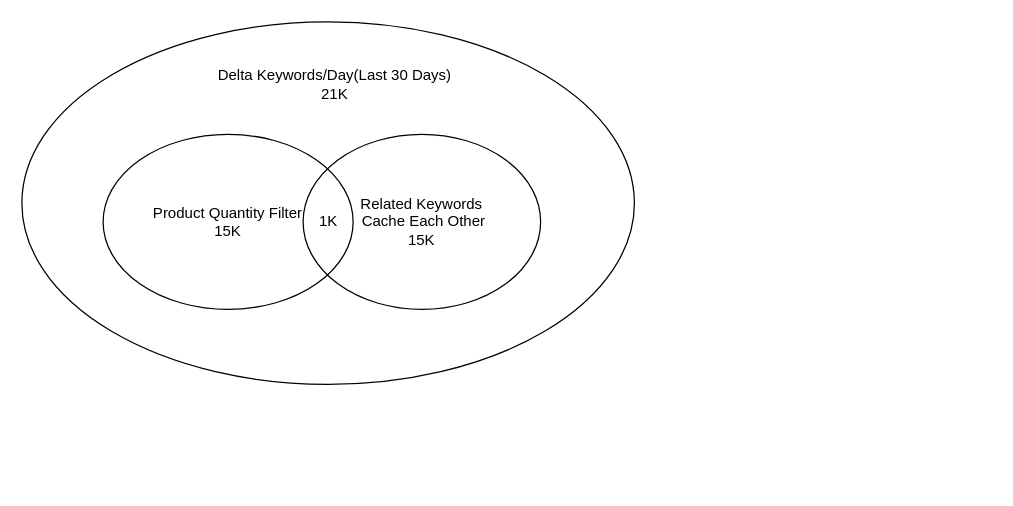
Above: drawio/semrush.drawio in VisableHarry/seo-drawio (draw.io), before the change. Source tidied: cells renumbered, new cells numbered last; positions are measured from the earlier drawing's top-left corner, leaving out a move shared by most shapes. Both pictures are drawn from the tidied source at 125%, with x=0, y=0 at pixel (21, 21).
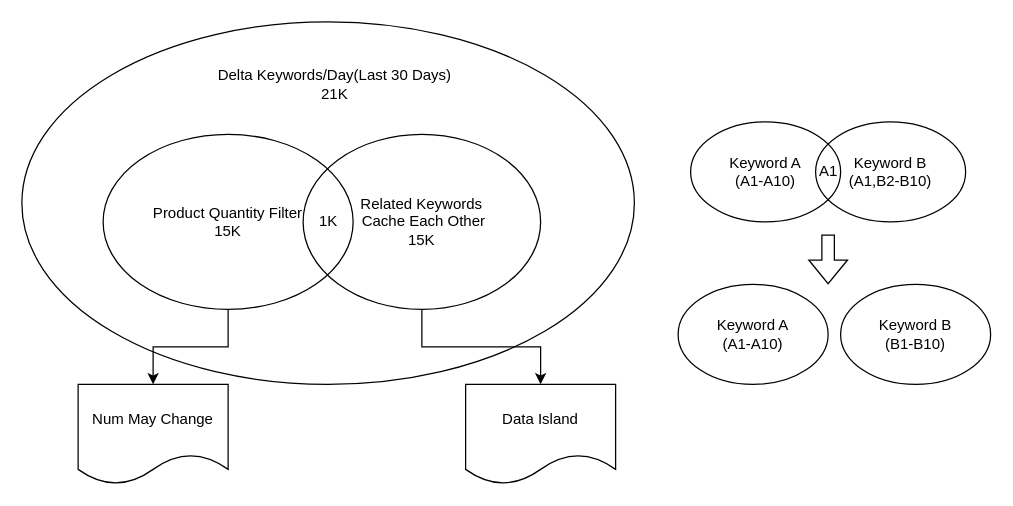
The same diagram, later.

What changed in the source:
```diff
@@
 <mxGraphModel>
   <root>
     <mxCell id="0" />
     <mxCell id="1" parent="0" />
     <mxCell id="2" style="ellipse;whiteSpace=wrap;html=1;fillColor=none;" parent="1" vertex="1">
       <mxGeometry width="490" height="290" as="geometry" />
     </mxCell>
+    <mxCell id="7" style="edgeStyle=orthogonalEdgeStyle;rounded=0;jettySize=auto;html=1;exitX=0.5;exitY=1;exitDx=0;exitDy=0;entryX=0.5;entryY=0;entryDx=0;entryDy=0;" parent="1" edge="1" source="3" target="9">
+      <mxGeometry relative="1" as="geometry" />
+    </mxCell>
     <mxCell id="3" value="&lt;div&gt;Product Quantity Filter&lt;/div&gt;15K" style="ellipse;whiteSpace=wrap;html=1;fillColor=none;" parent="1" vertex="1">
       <mxGeometry x="65" y="90" width="200" height="140" as="geometry" />
     </mxCell>
+    <mxCell id="8" style="edgeStyle=orthogonalEdgeStyle;rounded=0;jettySize=auto;html=1;exitX=0.5;exitY=1;exitDx=0;exitDy=0;" parent="1" edge="1" source="4" target="10">
+      <mxGeometry relative="1" as="geometry" />
+    </mxCell>
     <mxCell id="4" value="&lt;div&gt;Related Keywords&lt;/div&gt;&lt;div&gt;&amp;nbsp;Cache Each Other&lt;/div&gt;15K" style="ellipse;whiteSpace=wrap;html=1;fillColor=none;" parent="1" vertex="1">
       <mxGeometry x="225" y="90" width="190" height="140" as="geometry" />
     </mxCell>
     <mxCell id="5" value="1K" style="text;html=1;align=center;verticalAlign=middle;strokeColor=none;fillColor=none;" parent="1" vertex="1">
       <mxGeometry x="225" y="145" width="40" height="30" as="geometry" />
     </mxCell>
     <mxCell id="6" value="Delta Keywords/Day(Last 30 Days&lt;span style=&quot;background-color: initial;&quot;&gt;)&lt;/span&gt;&lt;div&gt;&lt;span style=&quot;background-color: initial;&quot;&gt;21K&lt;/span&gt;&lt;/div&gt;" style="text;html=1;align=center;verticalAlign=middle;strokeColor=none;fillColor=none;" parent="1" vertex="1">
       <mxGeometry x="145" y="30" width="210" height="40" as="geometry" />
     </mxCell>
+    <mxCell id="9" value="Num May Change" style="shape=document;whiteSpace=wrap;html=1;boundedLbl=1;" parent="1" vertex="1">
+      <mxGeometry x="45" y="290" width="120" height="80" as="geometry" />
+    </mxCell>
+    <mxCell id="10" value="Data Island" style="shape=document;whiteSpace=wrap;html=1;boundedLbl=1;" parent="1" vertex="1">
+      <mxGeometry x="355" y="290" width="120" height="80" as="geometry" />
+    </mxCell>
+    <mxCell id="11" value="Keyword A&lt;div&gt;(A1-A10)&lt;/div&gt;" style="ellipse;whiteSpace=wrap;html=1;fillColor=none;" parent="1" vertex="1">
+      <mxGeometry x="535" y="80" width="120" height="80" as="geometry" />
+    </mxCell>
+    <mxCell id="12" value="Keyword B&lt;div&gt;(A1,B2-B10)&lt;/div&gt;" style="ellipse;whiteSpace=wrap;html=1;fillColor=none;" parent="1" vertex="1">
+      <mxGeometry x="635" y="80" width="120" height="80" as="geometry" />
+    </mxCell>
+    <mxCell id="13" value="A1" style="text;html=1;align=center;verticalAlign=middle;strokeColor=none;fillColor=none;" parent="1" vertex="1">
+      <mxGeometry x="625" y="105" width="40" height="30" as="geometry" />
+    </mxCell>
+    <mxCell id="14" value="Keyword A&lt;div&gt;(A1-A10)&lt;/div&gt;" style="ellipse;whiteSpace=wrap;html=1;fillColor=none;" parent="1" vertex="1">
+      <mxGeometry x="525" y="210" width="120" height="80" as="geometry" />
+    </mxCell>
+    <mxCell id="15" value="Keyword B&lt;div&gt;(B1-B10)&lt;/div&gt;" style="ellipse;whiteSpace=wrap;html=1;fillColor=none;" parent="1" vertex="1">
+      <mxGeometry x="655" y="210" width="120" height="80" as="geometry" />
+    </mxCell>
+    <mxCell id="16" style="shape=flexArrow;endArrow=classic;html=1;rounded=0;" parent="1" edge="1">
+      <mxGeometry relative="1" as="geometry">
+        <mxPoint x="645" y="170" as="sourcePoint" />
+        <mxPoint x="645" y="210" as="targetPoint" />
+      </mxGeometry>
+    </mxCell>
   </root>
 </mxGraphModel>
```
